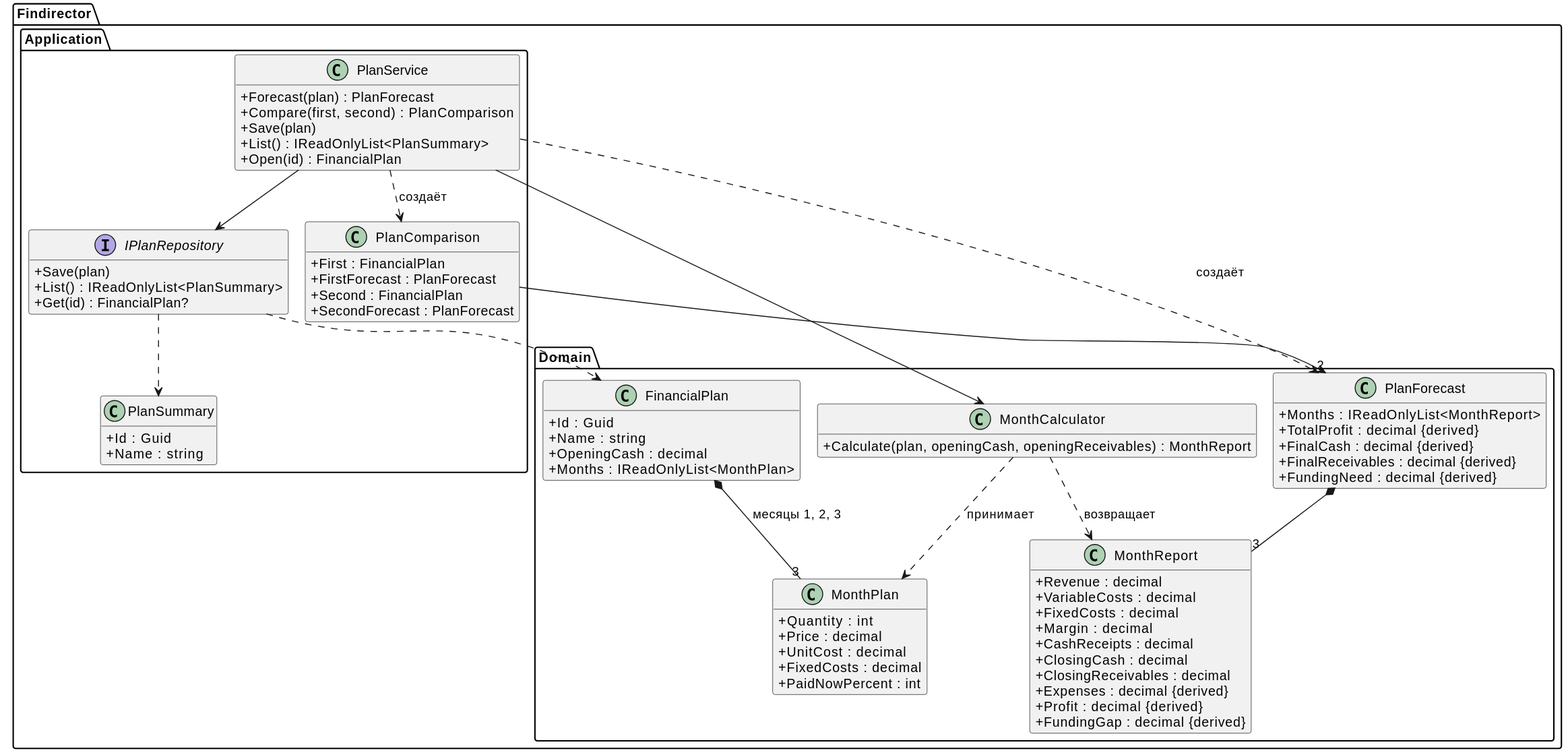
The PlantUML diagram docs/diagrams/domain.svg in Lev12345678901234567890/Findirector, before a commit.
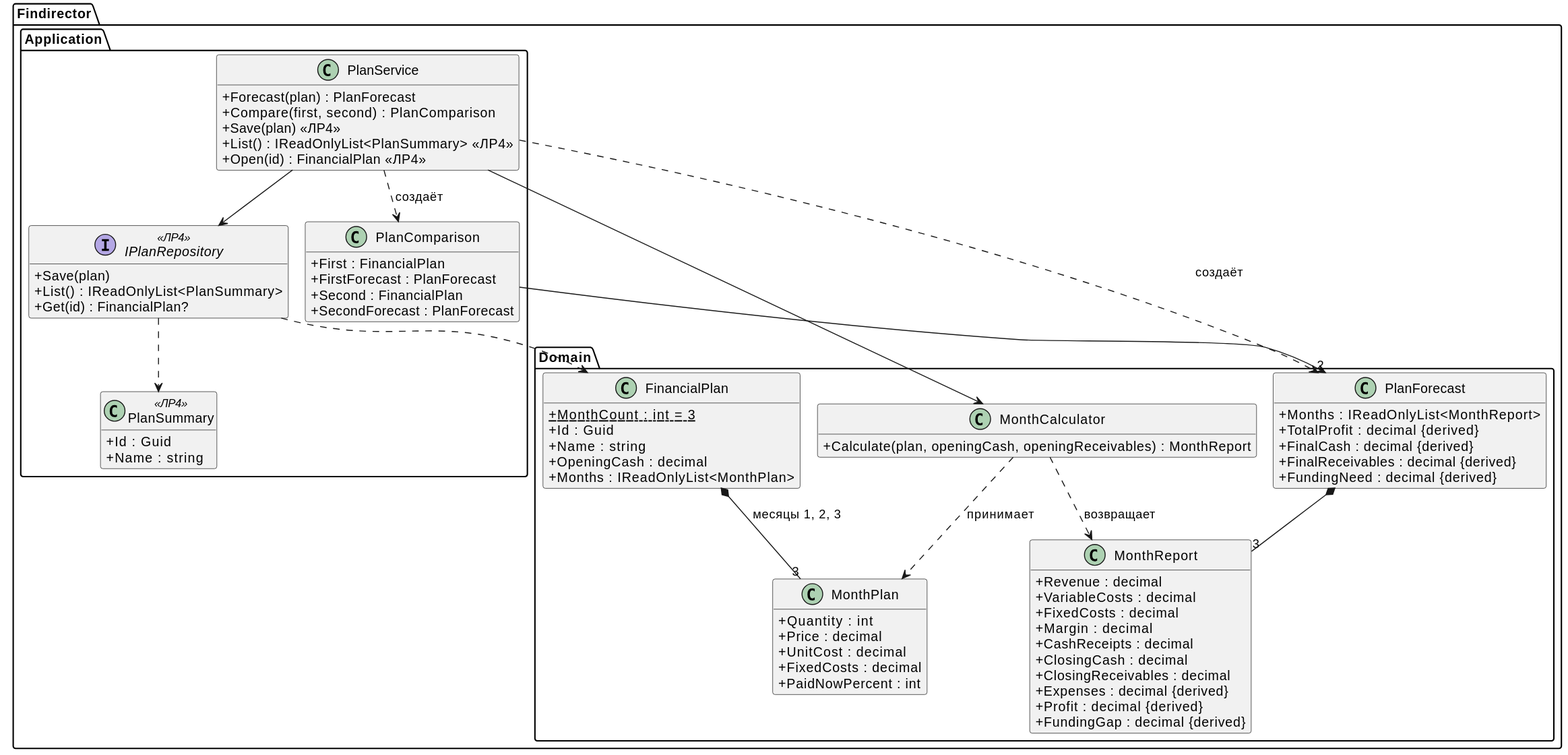
The same file after the commit.

What changed in the source:
```diff
@@ -5,6 +5,7 @@
 
 package "Findirector.Domain" {
   class FinancialPlan {
+    +{static} MonthCount : int = 3
     +Id : Guid
     +Name : string
     +OpeningCash : decimal
@@ -45,11 +46,11 @@
   class PlanService {
     +Forecast(plan) : PlanForecast
     +Compare(first, second) : PlanComparison
-    +Save(plan)
-    +List() : IReadOnlyList<PlanSummary>
-    +Open(id) : FinancialPlan
+    +Save(plan) <<ЛР4>>
+    +List() : IReadOnlyList<PlanSummary> <<ЛР4>>
+    +Open(id) : FinancialPlan <<ЛР4>>
   }
-  interface IPlanRepository {
+  interface IPlanRepository <<ЛР4>> {
     +Save(plan)
     +List() : IReadOnlyList<PlanSummary>
     +Get(id) : FinancialPlan?
@@ -60,7 +61,7 @@
     +Second : FinancialPlan
     +SecondForecast : PlanForecast
   }
-  class PlanSummary {
+  class PlanSummary <<ЛР4>> {
     +Id : Guid
     +Name : string
   }
```
